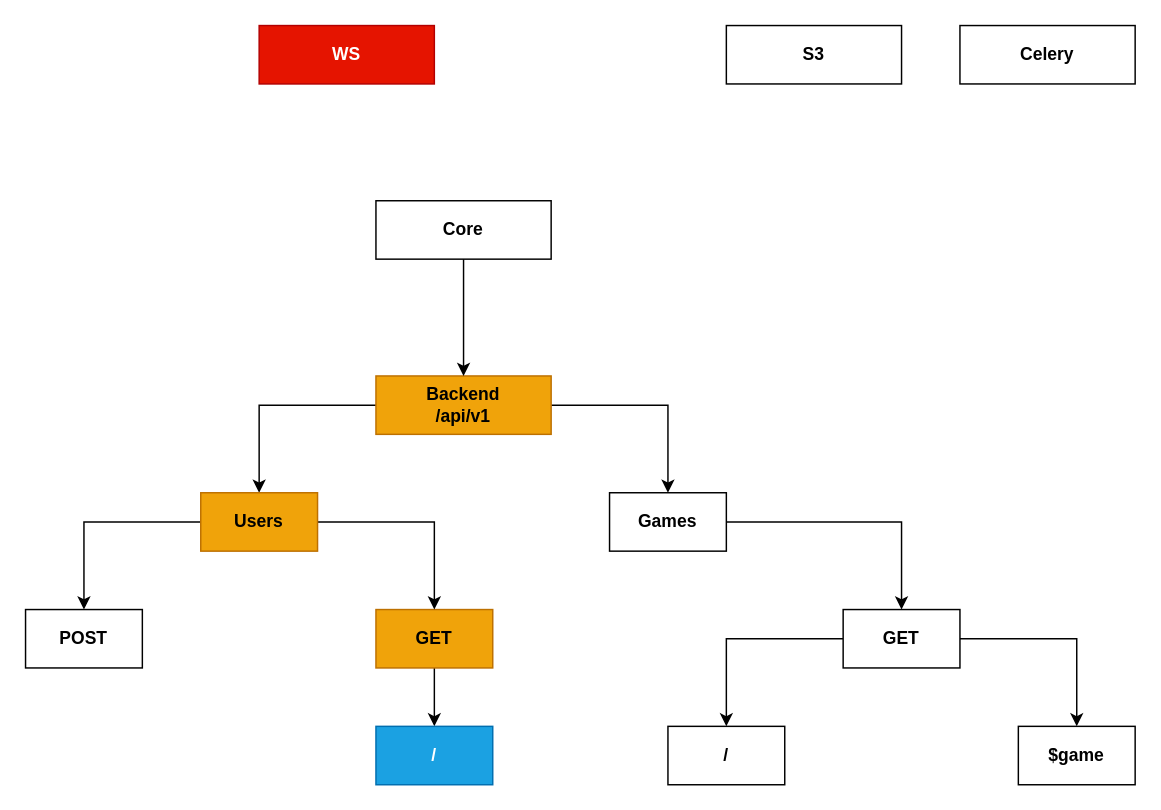
Above: page "Backend" (1 of 4) of data/Diagram.drawio in aintp3d0/GameProfile (draw.io), before the change. Source tidied: cells renumbered, new cells numbered last; positions are measured from the earlier drawing's top-left corner, leaving out a move shared by most shapes. Both pictures are drawn from the tidied source at 146%, with x=0, y=0 at pixel (25, 25).
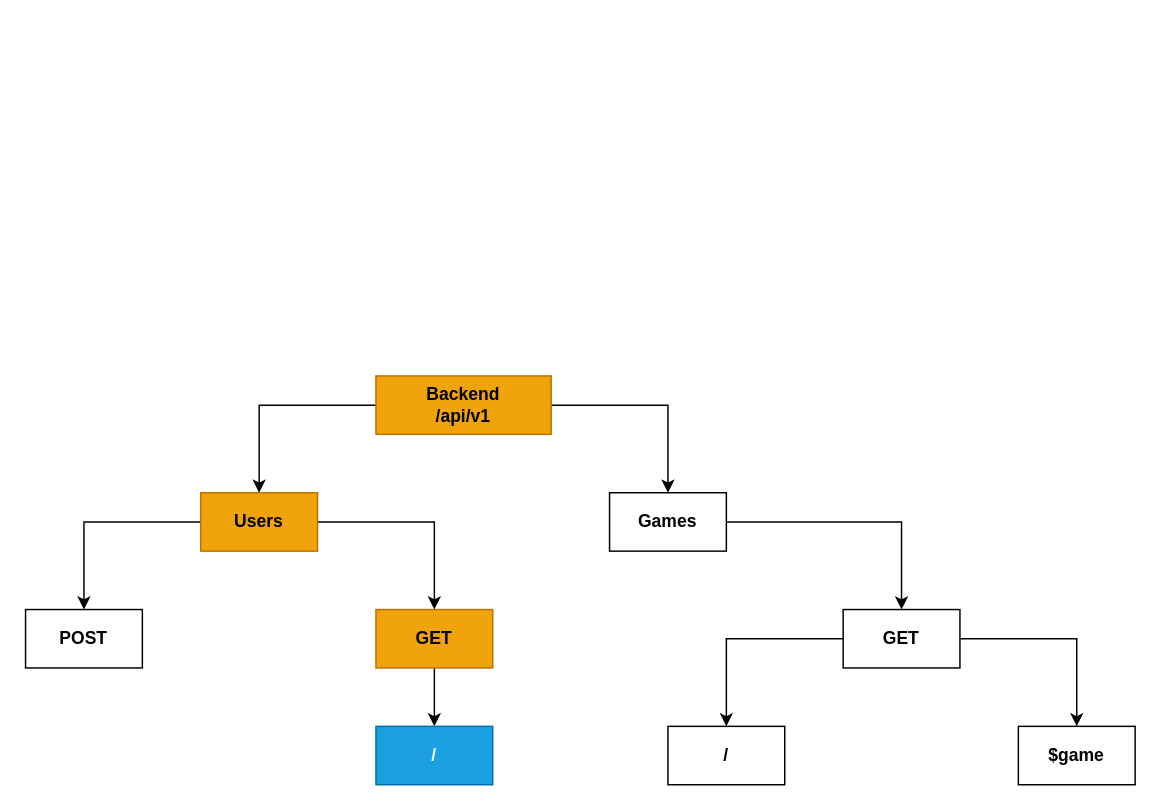
The same page after the edit.

Commit message (it also covers changes not shown here):
Core: Add tables `Game`, `UserGame`

The change refers to these unchanged cells:
```xml
<mxCell id="4" value="&lt;div&gt;&lt;b&gt;Backend&lt;/b&gt;&lt;/div&gt;&lt;div&gt;&lt;b&gt;/api/v1&lt;/b&gt;&lt;/div&gt;" style="rounded=0;whiteSpace=wrap;html=1;fillColor=#f0a30a;strokeColor=#BD7000;fontColor=#000000;" parent="1" vertex="1">
  <mxGeometry x="240" y="240" width="120" height="40" as="geometry" />
</mxCell>
```

The edit, as a diff of the source:
```diff
@@
-    <mxCell id="5" value="&lt;b&gt;Celery&lt;/b&gt;" style="rounded=0;whiteSpace=wrap;html=1;" parent="1" vertex="1">
-      <mxGeometry x="640" width="120" height="40" as="geometry" />
-    </mxCell>
-    <mxCell id="6" value="&lt;b&gt;S3&lt;/b&gt;" style="rounded=0;whiteSpace=wrap;html=1;" parent="1" vertex="1">
-      <mxGeometry x="480" width="120" height="40" as="geometry" />
-    </mxCell>
@@
-    <mxCell id="11" value="&lt;b&gt;WS&lt;/b&gt;" style="whiteSpace=wrap;html=1;rounded=0;fillColor=#e51400;fontColor=#ffffff;strokeColor=#B20000;" parent="1" vertex="1">
-      <mxGeometry x="160" width="120" height="40" as="geometry" />
-    </mxCell>
@@
-    <mxCell id="22" style="edgeStyle=orthogonalEdgeStyle;rounded=0;jettySize=auto;html=1;entryX=0.5;entryY=0;entryDx=0;entryDy=0;" parent="1" edge="1" source="23" target="4">
-      <mxGeometry relative="1" as="geometry" />
-    </mxCell>
-    <mxCell id="23" value="&lt;b&gt;Core&lt;/b&gt;" style="rounded=0;whiteSpace=wrap;html=1;" parent="1" vertex="1">
-      <mxGeometry x="240" y="120" width="120" height="40" as="geometry" />
-    </mxCell>
```
